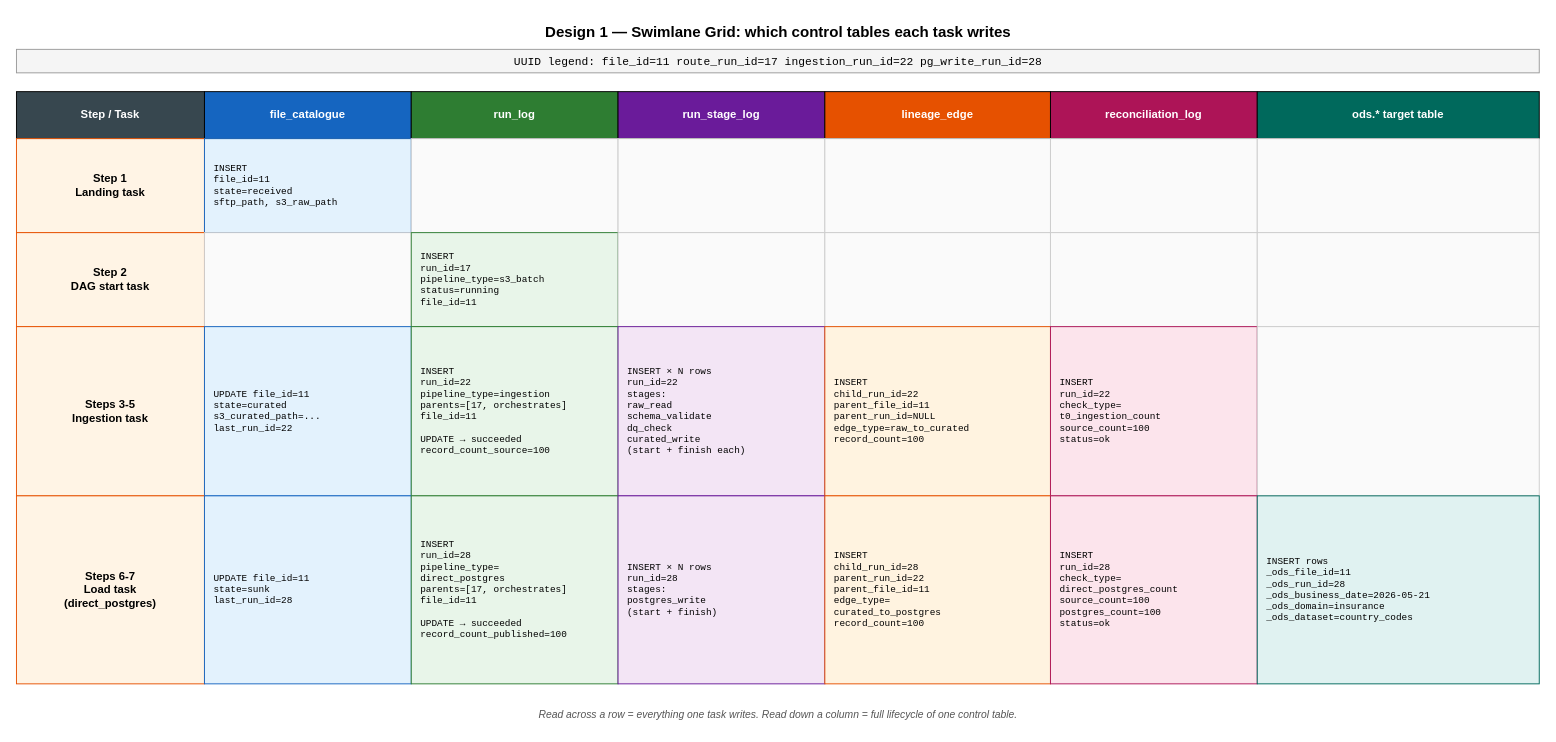
Above: docs/dev-guides/control-tables-design1-swimlane.drawio in holdersav20001/ods (draw.io), before the change. Source tidied: cells renumbered, new cells numbered last; positions are measured from the earlier drawing's top-left corner, leaving out a move shared by most shapes. Both pictures are drawn from the tidied source at 94%, with x=0, y=0 at pixel (16, 16).
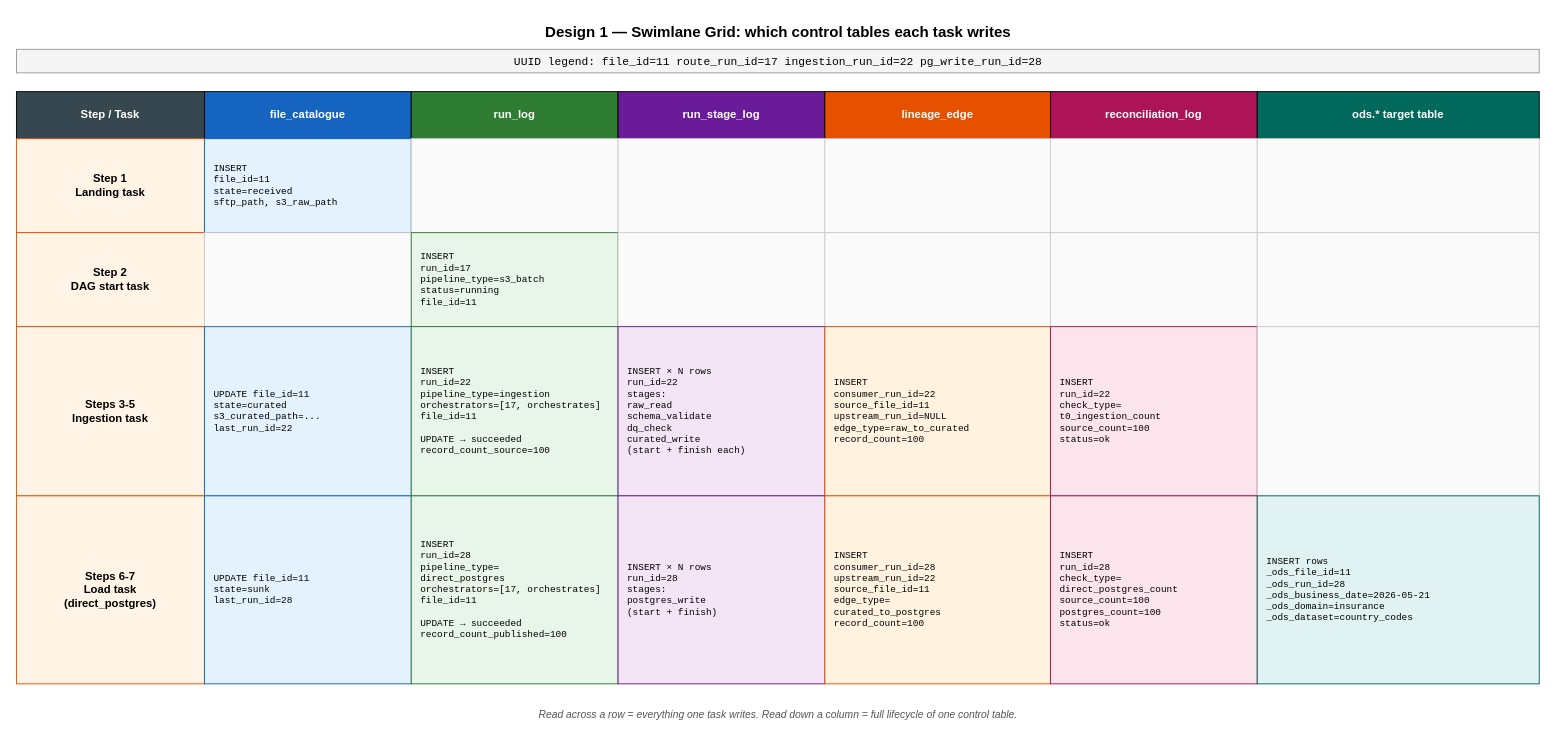
The same page after the edit.

Diff of the diagram source:
```diff
@@
-    <mxCell id="27" value="INSERT&#10;run_id=22&#10;pipeline_type=ingestion&#10;parents=[17, orchestrates]&#10;file_id=11&#10;&#10;UPDATE → succeeded&#10;record_count_source=100" style="rounded=0;whiteSpace=wrap;html=1;fillColor=#E8F5E9;strokeColor=#2E7D32;align=left;spacingLeft=8;fontFamily=Courier New;fontSize=10;" parent="1" vertex="1">
+    <mxCell id="27" value="INSERT&#10;run_id=22&#10;pipeline_type=ingestion&#10;orchestrators=[17, orchestrates]&#10;file_id=11&#10;&#10;UPDATE → succeeded&#10;record_count_source=100" style="rounded=0;whiteSpace=wrap;html=1;fillColor=#E8F5E9;strokeColor=#2E7D32;align=left;spacingLeft=8;fontFamily=Courier New;fontSize=10;" parent="1" vertex="1">
       <mxGeometry x="420" y="330" width="220" height="180" as="geometry" />
     </mxCell>
@@
-    <mxCell id="29" value="INSERT&#10;child_run_id=22&#10;parent_file_id=11&#10;parent_run_id=NULL&#10;edge_type=raw_to_curated&#10;record_count=100" style="rounded=0;whiteSpace=wrap;html=1;fillColor=#FFF3E0;strokeColor=#E65100;align=left;spacingLeft=8;fontFamily=Courier New;fontSize=10;" parent="1" vertex="1">
+    <mxCell id="29" value="INSERT&#10;consumer_run_id=22&#10;source_file_id=11&#10;upstream_run_id=NULL&#10;edge_type=raw_to_curated&#10;record_count=100" style="rounded=0;whiteSpace=wrap;html=1;fillColor=#FFF3E0;strokeColor=#E65100;align=left;spacingLeft=8;fontFamily=Courier New;fontSize=10;" parent="1" vertex="1">
       <mxGeometry x="860" y="330" width="240" height="180" as="geometry" />
     </mxCell>
@@
-    <mxCell id="34" value="INSERT&#10;run_id=28&#10;pipeline_type=&#10;  direct_postgres&#10;parents=[17, orchestrates]&#10;file_id=11&#10;&#10;UPDATE → succeeded&#10;record_count_published=100" style="rounded=0;whiteSpace=wrap;html=1;fillColor=#E8F5E9;strokeColor=#2E7D32;align=left;spacingLeft=8;fontFamily=Courier New;fontSize=10;" parent="1" vertex="1">
+    <mxCell id="34" value="INSERT&#10;run_id=28&#10;pipeline_type=&#10;  direct_postgres&#10;orchestrators=[17, orchestrates]&#10;file_id=11&#10;&#10;UPDATE → succeeded&#10;record_count_published=100" style="rounded=0;whiteSpace=wrap;html=1;fillColor=#E8F5E9;strokeColor=#2E7D32;align=left;spacingLeft=8;fontFamily=Courier New;fontSize=10;" parent="1" vertex="1">
       <mxGeometry x="420" y="510" width="220" height="200" as="geometry" />
     </mxCell>
@@
-    <mxCell id="36" value="INSERT&#10;child_run_id=28&#10;parent_run_id=22&#10;parent_file_id=11&#10;edge_type=&#10;  curated_to_postgres&#10;record_count=100" style="rounded=0;whiteSpace=wrap;html=1;fillColor=#FFF3E0;strokeColor=#E65100;align=left;spacingLeft=8;fontFamily=Courier New;fontSize=10;" parent="1" vertex="1">
+    <mxCell id="36" value="INSERT&#10;consumer_run_id=28&#10;upstream_run_id=22&#10;source_file_id=11&#10;edge_type=&#10;  curated_to_postgres&#10;record_count=100" style="rounded=0;whiteSpace=wrap;html=1;fillColor=#FFF3E0;strokeColor=#E65100;align=left;spacingLeft=8;fontFamily=Courier New;fontSize=10;" parent="1" vertex="1">
       <mxGeometry x="860" y="510" width="240" height="200" as="geometry" />
     </mxCell>
```
